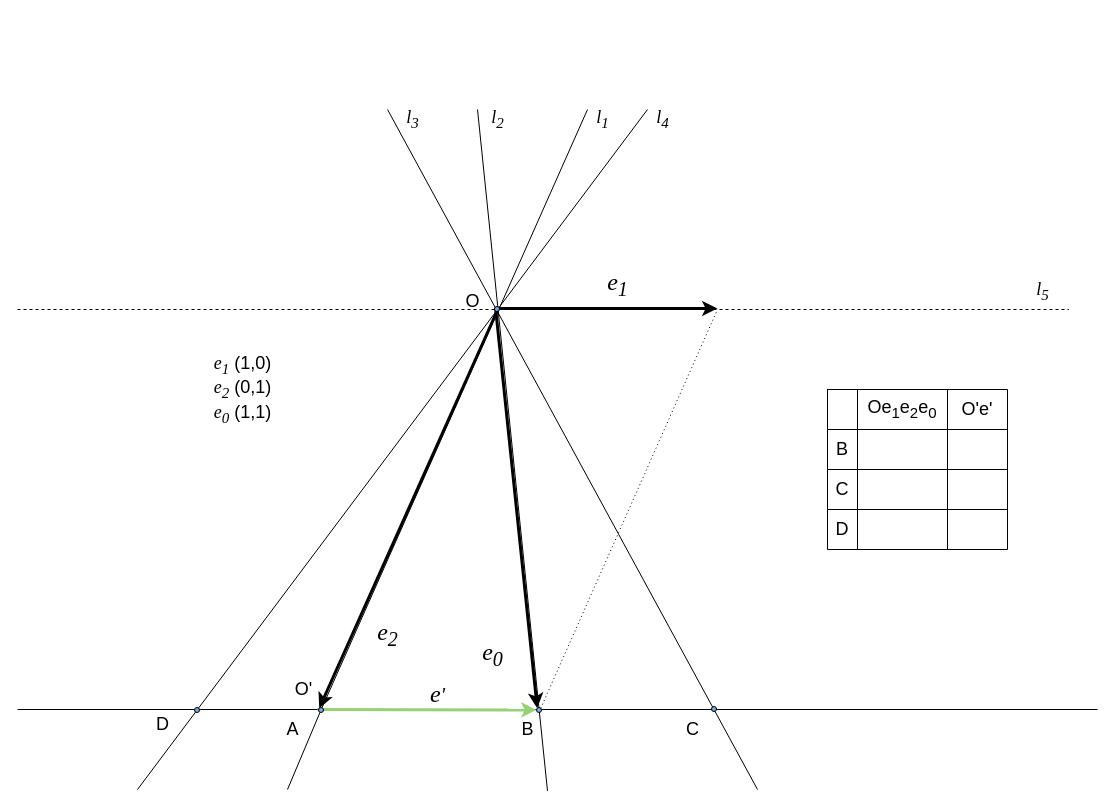
Above: page "p18" (23 of 23) of slides/proj.drawio in amcp-pit/geom_course (draw.io), before the change. Source tidied: cells renumbered, new cells numbered last; positions are measured from the earlier drawing's top-left corner, leaving out a move shared by most shapes. Both pictures are drawn from the tidied source at 100%, with x=0, y=0 at pixel (17, 104).
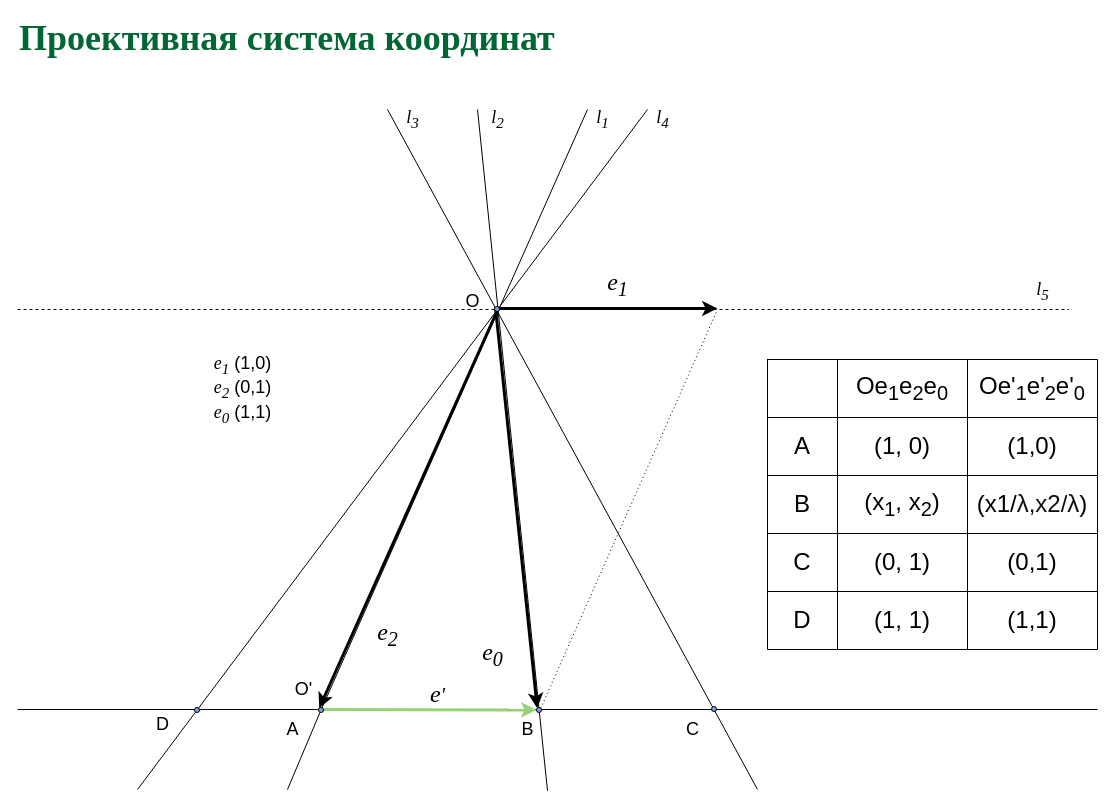
Above is the later version.

Change to the diagram source:
```diff
@@
-    <mxCell id="35" style="shape=table;html=1;whiteSpace=wrap;startSize=0;childLayout=tableLayout;" parent="1" vertex="1">
-      <mxGeometry x="810" y="285" width="180" height="160" as="geometry" />
-    </mxCell>
-    <mxCell id="36" style="shape=partialRectangle;html=1;whiteSpace=wrap;fillColor=none;top=0;left=0;bottom=0;right=0;" parent="35" vertex="1">
-      <mxGeometry width="180" height="40" as="geometry" />
-    </mxCell>
-    <mxCell id="37" style="shape=partialRectangle;html=1;whiteSpace=wrap;overflow=hidden;fillColor=none;top=0;left=0;bottom=0;right=0;" parent="36" vertex="1">
-      <mxGeometry width="30" height="40" as="geometry" />
-    </mxCell>
+    <mxCell id="52" style="shape=table;html=1;whiteSpace=wrap;startSize=0;childLayout=tableLayout;" parent="1" vertex="1">
+      <mxGeometry x="750" y="255" width="330" height="290" as="geometry" />
+    </mxCell>
+    <mxCell id="53" style="shape=partialRectangle;html=1;whiteSpace=wrap;fillColor=none;top=0;left=0;bottom=0;right=0;" parent="52" vertex="1">
+      <mxGeometry width="330" height="58" as="geometry" />
+    </mxCell>
+    <mxCell id="54" style="shape=partialRectangle;html=1;whiteSpace=wrap;overflow=hidden;fillColor=none;top=0;left=0;bottom=0;right=0;" parent="53" vertex="1">
+      <mxGeometry width="70" height="58" as="geometry" />
+    </mxCell>
-    <mxCell id="38" value="&lt;font style=&quot;font-size: 18px&quot;&gt;Oe&lt;sub&gt;1&lt;/sub&gt;e&lt;sub&gt;2&lt;/sub&gt;e&lt;sub&gt;0&lt;/sub&gt;&lt;/font&gt;" style="shape=partialRectangle;html=1;whiteSpace=wrap;overflow=hidden;fillColor=none;top=0;left=0;bottom=0;right=0;" parent="36" vertex="1">
-      <mxGeometry x="30" width="90" height="40" as="geometry" />
+    <mxCell id="38" value="&lt;font style=&quot;font-size: 24px&quot;&gt;Oe&lt;sub&gt;1&lt;/sub&gt;e&lt;sub&gt;2&lt;/sub&gt;e&lt;sub&gt;0&lt;/sub&gt;&lt;/font&gt;" style="shape=partialRectangle;html=1;whiteSpace=wrap;overflow=hidden;fillColor=none;top=0;left=0;bottom=0;right=0;" parent="53" vertex="1">
+      <mxGeometry x="70" width="130" height="58" as="geometry" />
     </mxCell>
-    <mxCell id="39" value="&lt;font style=&quot;font-size: 18px&quot;&gt;O'e'&lt;/font&gt;" style="shape=partialRectangle;html=1;whiteSpace=wrap;overflow=hidden;fillColor=none;top=0;left=0;bottom=0;right=0;" parent="36" vertex="1">
-      <mxGeometry x="120" width="60" height="40" as="geometry" />
-    </mxCell>
-    <mxCell id="40" style="shape=partialRectangle;html=1;whiteSpace=wrap;fillColor=none;top=0;left=0;bottom=0;right=0;" parent="35" vertex="1">
-      <mxGeometry y="40" width="180" height="40" as="geometry" />
-    </mxCell>
+    <mxCell id="55" value="&lt;font style=&quot;font-size: 24px&quot;&gt;Oe'&lt;sub&gt;1&lt;/sub&gt;e'&lt;sub&gt;2&lt;/sub&gt;e'&lt;sub&gt;0&lt;/sub&gt;&lt;/font&gt;" style="shape=partialRectangle;html=1;whiteSpace=wrap;overflow=hidden;fillColor=none;top=0;left=0;bottom=0;right=0;" parent="53" vertex="1">
+      <mxGeometry x="200" width="130" height="58" as="geometry" />
+    </mxCell>
+    <mxCell id="56" style="shape=partialRectangle;html=1;whiteSpace=wrap;fillColor=none;top=0;left=0;bottom=0;right=0;" parent="52" vertex="1">
+      <mxGeometry y="58" width="330" height="58" as="geometry" />
+    </mxCell>
+    <mxCell id="57" value="&lt;font style=&quot;font-size: 24px&quot;&gt;A&lt;/font&gt;" style="shape=partialRectangle;html=1;whiteSpace=wrap;overflow=hidden;fillColor=none;top=0;left=0;bottom=0;right=0;" parent="56" vertex="1">
+      <mxGeometry width="70" height="58" as="geometry" />
+    </mxCell>
+    <mxCell id="58" value="&lt;font style=&quot;font-size: 24px&quot;&gt;(1, 0)&lt;/font&gt;" style="shape=partialRectangle;html=1;whiteSpace=wrap;overflow=hidden;fillColor=none;top=0;left=0;bottom=0;right=0;" parent="56" vertex="1">
+      <mxGeometry x="70" width="130" height="58" as="geometry" />
+    </mxCell>
+    <mxCell id="59" value="&lt;span style=&quot;font-size: 24px&quot;&gt;(1,0)&lt;/span&gt;" style="shape=partialRectangle;html=1;whiteSpace=wrap;overflow=hidden;fillColor=none;top=0;left=0;bottom=0;right=0;" parent="56" vertex="1">
+      <mxGeometry x="200" width="130" height="58" as="geometry" />
+    </mxCell>
+    <mxCell id="60" style="shape=partialRectangle;html=1;whiteSpace=wrap;fillColor=none;top=0;left=0;bottom=0;right=0;" parent="52" vertex="1">
+      <mxGeometry y="116" width="330" height="58" as="geometry" />
+    </mxCell>
-    <mxCell id="41" value="&lt;font style=&quot;font-size: 18px&quot;&gt;B&lt;/font&gt;" style="shape=partialRectangle;html=1;whiteSpace=wrap;overflow=hidden;fillColor=none;top=0;left=0;bottom=0;right=0;" parent="40" vertex="1">
-      <mxGeometry width="30" height="40" as="geometry" />
+    <mxCell id="41" value="&lt;font style=&quot;font-size: 24px&quot;&gt;B&lt;/font&gt;" style="shape=partialRectangle;html=1;whiteSpace=wrap;overflow=hidden;fillColor=none;top=0;left=0;bottom=0;right=0;" parent="60" vertex="1">
+      <mxGeometry width="70" height="58" as="geometry" />
     </mxCell>
-    <mxCell id="42" style="shape=partialRectangle;html=1;whiteSpace=wrap;overflow=hidden;fillColor=none;top=0;left=0;bottom=0;right=0;" parent="40" vertex="1">
-      <mxGeometry x="30" width="90" height="40" as="geometry" />
-    </mxCell>
-    <mxCell id="43" style="shape=partialRectangle;html=1;whiteSpace=wrap;overflow=hidden;fillColor=none;top=0;left=0;bottom=0;right=0;" parent="40" vertex="1">
-      <mxGeometry x="120" width="60" height="40" as="geometry" />
-    </mxCell>
-    <mxCell id="44" style="shape=partialRectangle;html=1;whiteSpace=wrap;fillColor=none;top=0;left=0;bottom=0;right=0;" parent="35" vertex="1">
-      <mxGeometry y="80" width="180" height="40" as="geometry" />
-    </mxCell>
+    <mxCell id="61" value="&lt;span style=&quot;font-size: 24px&quot;&gt;(x&lt;sub&gt;1&lt;/sub&gt;, x&lt;sub&gt;2&lt;/sub&gt;)&lt;/span&gt;" style="shape=partialRectangle;html=1;whiteSpace=wrap;overflow=hidden;fillColor=none;top=0;left=0;bottom=0;right=0;" parent="60" vertex="1">
+      <mxGeometry x="70" width="130" height="58" as="geometry" />
+    </mxCell>
+    <mxCell id="62" value="&lt;span style=&quot;font-size: 24px&quot;&gt;(x1/&lt;/span&gt;&lt;span style=&quot;color: rgb(17 , 17 , 17) ; font-family: &amp;#34;u0000&amp;#34; ; font-size: 24px ; background-color: rgb(255 , 255 , 255)&quot;&gt;λ,&lt;/span&gt;&lt;span style=&quot;color: rgb(17 , 17 , 17) ; font-size: 24px ; background-color: rgb(255 , 255 , 255)&quot;&gt;x2&lt;/span&gt;&lt;span style=&quot;color: rgb(17 , 17 , 17) ; font-family: &amp;#34;u0000&amp;#34; ; font-size: 24px ; background-color: rgb(255 , 255 , 255)&quot;&gt;/&lt;/span&gt;&lt;span style=&quot;color: rgb(17 , 17 , 17) ; font-family: &amp;#34;u0000&amp;#34; ; font-size: 24px ; background-color: rgb(255 , 255 , 255)&quot;&gt;λ&lt;/span&gt;&lt;span style=&quot;font-size: 24px&quot;&gt;)&lt;/span&gt;" style="shape=partialRectangle;html=1;whiteSpace=wrap;overflow=hidden;fillColor=none;top=0;left=0;bottom=0;right=0;" parent="60" vertex="1">
+      <mxGeometry x="200" width="130" height="58" as="geometry" />
+    </mxCell>
+    <mxCell id="63" style="shape=partialRectangle;html=1;whiteSpace=wrap;fillColor=none;top=0;left=0;bottom=0;right=0;" parent="52" vertex="1">
+      <mxGeometry y="174" width="330" height="58" as="geometry" />
+    </mxCell>
-    <mxCell id="45" value="&lt;font style=&quot;font-size: 18px&quot;&gt;C&lt;/font&gt;" style="shape=partialRectangle;html=1;whiteSpace=wrap;overflow=hidden;fillColor=none;top=0;left=0;bottom=0;right=0;" parent="44" vertex="1">
-      <mxGeometry width="30" height="40" as="geometry" />
+    <mxCell id="45" value="&lt;font style=&quot;font-size: 24px&quot;&gt;C&lt;/font&gt;" style="shape=partialRectangle;html=1;whiteSpace=wrap;overflow=hidden;fillColor=none;top=0;left=0;bottom=0;right=0;" parent="63" vertex="1">
+      <mxGeometry width="70" height="58" as="geometry" />
     </mxCell>
-    <mxCell id="46" style="shape=partialRectangle;html=1;whiteSpace=wrap;overflow=hidden;fillColor=none;top=0;left=0;bottom=0;right=0;" parent="44" vertex="1">
-      <mxGeometry x="30" width="90" height="40" as="geometry" />
-    </mxCell>
-    <mxCell id="47" style="shape=partialRectangle;html=1;whiteSpace=wrap;overflow=hidden;fillColor=none;top=0;left=0;bottom=0;right=0;" parent="44" vertex="1">
-      <mxGeometry x="120" width="60" height="40" as="geometry" />
-    </mxCell>
-    <mxCell id="48" style="shape=partialRectangle;html=1;whiteSpace=wrap;fillColor=none;top=0;left=0;bottom=0;right=0;" parent="35" vertex="1">
-      <mxGeometry y="120" width="180" height="40" as="geometry" />
-    </mxCell>
+    <mxCell id="64" value="&lt;span style=&quot;font-size: 24px&quot;&gt;(0, 1)&lt;/span&gt;" style="shape=partialRectangle;html=1;whiteSpace=wrap;overflow=hidden;fillColor=none;top=0;left=0;bottom=0;right=0;" parent="63" vertex="1">
+      <mxGeometry x="70" width="130" height="58" as="geometry" />
+    </mxCell>
+    <mxCell id="65" value="&lt;span style=&quot;font-size: 24px&quot;&gt;(0,1)&lt;/span&gt;" style="shape=partialRectangle;html=1;whiteSpace=wrap;overflow=hidden;fillColor=none;top=0;left=0;bottom=0;right=0;" parent="63" vertex="1">
+      <mxGeometry x="200" width="130" height="58" as="geometry" />
+    </mxCell>
+    <mxCell id="66" style="shape=partialRectangle;html=1;whiteSpace=wrap;fillColor=none;top=0;left=0;bottom=0;right=0;" parent="52" vertex="1">
+      <mxGeometry y="232" width="330" height="58" as="geometry" />
+    </mxCell>
-    <mxCell id="49" value="&lt;font style=&quot;font-size: 18px&quot;&gt;D&lt;/font&gt;" style="shape=partialRectangle;html=1;whiteSpace=wrap;overflow=hidden;fillColor=none;top=0;left=0;bottom=0;right=0;" parent="48" vertex="1">
-      <mxGeometry width="30" height="40" as="geometry" />
+    <mxCell id="49" value="&lt;font style=&quot;font-size: 24px&quot;&gt;D&lt;/font&gt;" style="shape=partialRectangle;html=1;whiteSpace=wrap;overflow=hidden;fillColor=none;top=0;left=0;bottom=0;right=0;" parent="66" vertex="1">
+      <mxGeometry width="70" height="58" as="geometry" />
     </mxCell>
-    <mxCell id="50" style="shape=partialRectangle;html=1;whiteSpace=wrap;overflow=hidden;fillColor=none;top=0;left=0;bottom=0;right=0;" parent="48" vertex="1">
-      <mxGeometry x="30" width="90" height="40" as="geometry" />
-    </mxCell>
-    <mxCell id="51" style="shape=partialRectangle;html=1;whiteSpace=wrap;overflow=hidden;fillColor=none;top=0;left=0;bottom=0;right=0;" parent="48" vertex="1">
-      <mxGeometry x="120" width="60" height="40" as="geometry" />
-    </mxCell>
+    <mxCell id="67" value="&lt;span style=&quot;font-size: 24px&quot;&gt;(1, 1)&lt;/span&gt;" style="shape=partialRectangle;html=1;whiteSpace=wrap;overflow=hidden;fillColor=none;top=0;left=0;bottom=0;right=0;" parent="66" vertex="1">
+      <mxGeometry x="70" width="130" height="58" as="geometry" />
+    </mxCell>
+    <mxCell id="68" value="&lt;span style=&quot;font-size: 24px&quot;&gt;(1,1)&lt;/span&gt;" style="shape=partialRectangle;html=1;whiteSpace=wrap;overflow=hidden;fillColor=none;top=0;left=0;bottom=0;right=0;" parent="66" vertex="1">
+      <mxGeometry x="200" width="130" height="58" as="geometry" />
+    </mxCell>
+    <mxCell id="69" value="&lt;font color=&quot;#006633&quot; face=&quot;garamond&quot;&gt;&lt;span style=&quot;font-size: 36px&quot;&gt;&lt;b&gt;Проективная система координат&lt;/b&gt;&lt;/span&gt;&lt;/font&gt;" style="text;html=1;align=left;verticalAlign=middle;whiteSpace=wrap;rounded=0;" parent="1" vertex="1">
+      <mxGeometry y="-76" width="920" height="20" as="geometry" />
+    </mxCell>
```
